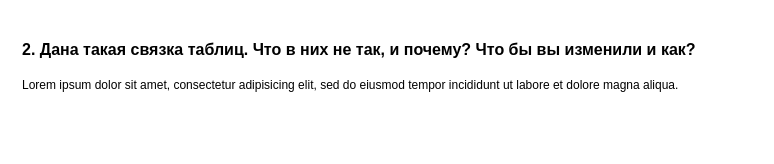
Earlier version of the draw.io diagram Untitled Diagram.drawio (artemsaw/sql). Source tidied: cells renumbered, new cells numbered last; positions are measured from the earlier drawing's top-left corner, leaving out a move shared by most shapes. Both pictures are drawn from the tidied source at 100%, with x=0, y=0 at pixel (17, 27).
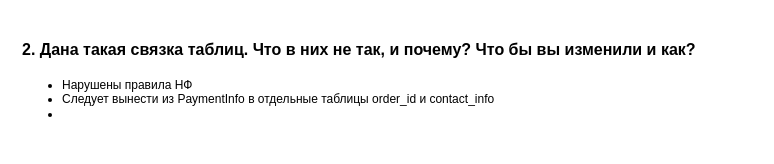
The same diagram, later.

Diff of the diagram source:
```diff
@@
 <mxGraphModel>
   <root>
     <mxCell id="0" />
     <mxCell id="1" parent="0" />
-    <mxCell id="2" value="&lt;h1&gt;&lt;span style=&quot;font-size: 12pt; font-family: Arial;&quot;&gt;2. Дана такая связка таблиц. Что в них не так, и почему? Что бы вы изменили и как?&lt;/span&gt;&lt;br&gt;&lt;/h1&gt;&lt;p&gt;Lorem ipsum dolor sit amet, consectetur adipisicing elit, sed do eiusmod tempor incididunt ut labore et dolore magna aliqua.&lt;/p&gt;" style="text;html=1;strokeColor=none;fillColor=none;spacing=5;spacingTop=-20;whiteSpace=wrap;overflow=hidden;rounded=0;" parent="1" vertex="1">
+    <mxCell id="2" value="&lt;h1&gt;&lt;span style=&quot;font-size: 12pt; font-family: Arial;&quot;&gt;2. Дана такая связка таблиц. Что в них не так, и почему? Что бы вы изменили и как?&lt;/span&gt;&lt;br&gt;&lt;/h1&gt;&lt;p&gt;&lt;/p&gt;&lt;ul&gt;&lt;li&gt;Нарушены правила НФ&lt;/li&gt;&lt;li&gt;Следует вынести из PaymentInfo в отдельные таблицы order_id и contact_info&lt;/li&gt;&lt;li&gt;&lt;br&gt;&lt;/li&gt;&lt;/ul&gt;&lt;p&gt;&lt;/p&gt;" style="text;html=1;strokeColor=none;fillColor=none;spacing=5;spacingTop=-20;whiteSpace=wrap;overflow=hidden;rounded=0;" parent="1" vertex="1">
       <mxGeometry width="740" height="120" as="geometry" />
     </mxCell>
   </root>
 </mxGraphModel>
```
